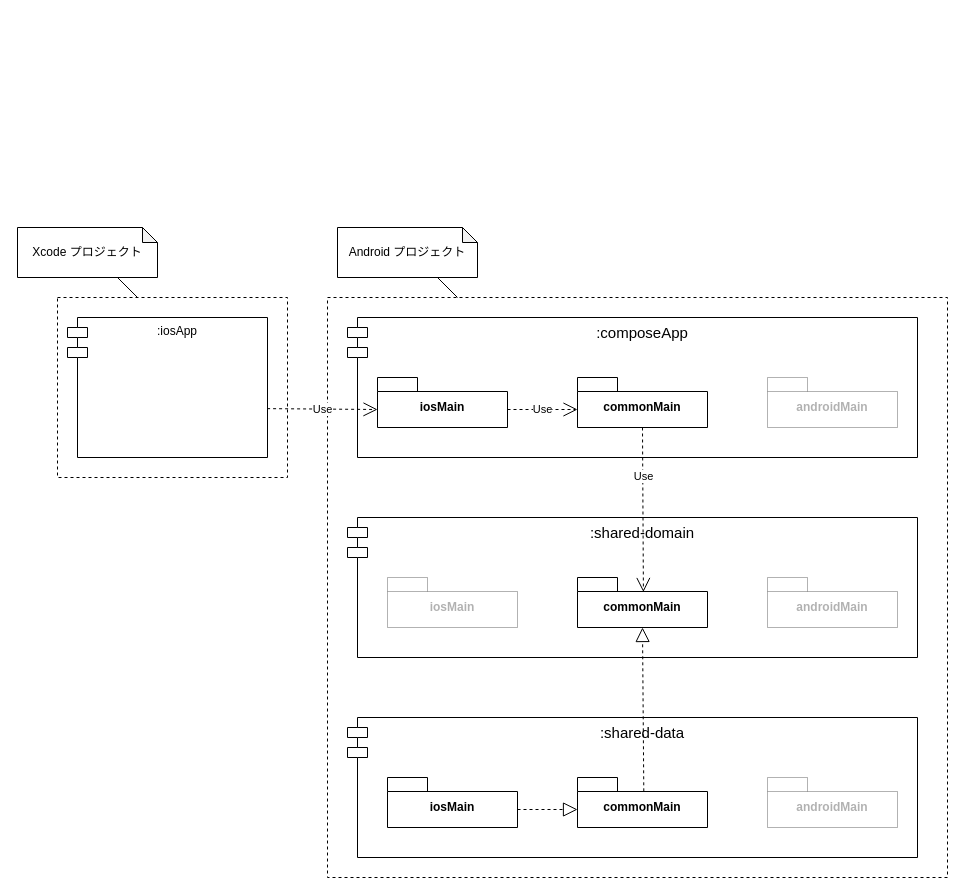
Earlier version of the draw.io diagram page "アプリ構造" (1 of 5) of docs/CMP_In_Native化案.drawio (seabat/hybrid-cmp-pdf-viewer). Source tidied: cells renumbered, new cells numbered last; positions are measured from the earlier drawing's top-left corner, leaving out a move shared by most shapes. Both pictures are drawn from the tidied source at 100%, with x=0, y=0 at pixel (17, 227).
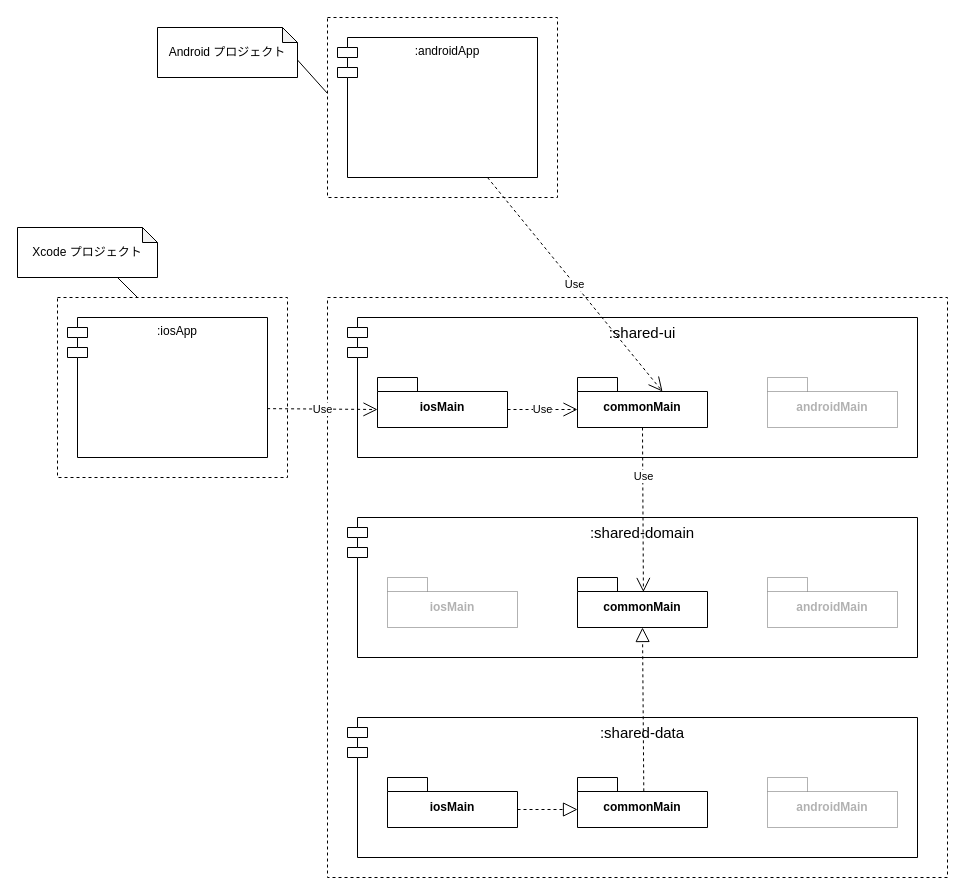
The same diagram, later.

Commit message (it also covers changes not shown here):
composeApp を shared-ui・androidApp に分割したアーキテクチャを README に反映させる

The change refers to these unchanged cells:
```xml
<mxCell id="9" value="commonMain" style="shape=folder;fontStyle=1;spacingTop=10;tabWidth=40;tabHeight=14;tabPosition=left;html=1;whiteSpace=wrap;" parent="1" vertex="1">
  <mxGeometry x="560" y="150" width="130" height="50" as="geometry" />
</mxCell>
```

Change to the diagram source:
```diff
@@
-    <mxCell id="4" value="&lt;font style=&quot;font-size: 15px;&quot;&gt;:composeApp&lt;/font&gt;" style="shape=module;align=left;spacingLeft=20;align=center;verticalAlign=top;whiteSpace=wrap;html=1;" parent="1" vertex="1">
+    <mxCell id="4" value="&lt;font style=&quot;font-size: 15px;&quot;&gt;:shared-ui&lt;/font&gt;" style="shape=module;align=left;spacingLeft=20;align=center;verticalAlign=top;whiteSpace=wrap;html=1;" parent="1" vertex="1">
       <mxGeometry x="330" y="90" width="570" height="140" as="geometry" />
     </mxCell>
@@
     <mxCell id="24" value="Android プロジェクト" style="shape=note;whiteSpace=wrap;html=1;backgroundOutline=1;darkOpacity=0.05;size=15;" parent="1" vertex="1">
-      <mxGeometry x="320" width="140" height="50" as="geometry" />
+      <mxGeometry x="140" y="-200" width="140" height="50" as="geometry" />
     </mxCell>
-    <mxCell id="25" style="endArrow=none;html=1;rounded=0;exitX=0.348;exitY=0;exitDx=0;exitDy=0;exitPerimeter=0;" parent="1" edge="1">
-      <mxGeometry relative="1" as="geometry">
-        <mxPoint x="440" y="70" as="sourcePoint" />
-        <mxPoint x="420" y="50" as="targetPoint" />
-      </mxGeometry>
+    <mxCell id="25" style="endArrow=none;html=1;rounded=0;exitX=0;exitY=0.422;exitDx=0;exitDy=0;exitPerimeter=0;entryX=0;entryY=0;entryDx=140;entryDy=32.5;entryPerimeter=0;" parent="1" edge="1" source="26" target="24">
+      <mxGeometry relative="1" as="geometry" />
     </mxCell>
+    <mxCell id="26" style="rounded=0;whiteSpace=wrap;html=1;dashed=1;" parent="1" vertex="1">
+      <mxGeometry x="310" y="-210" width="230" height="180" as="geometry" />
+    </mxCell>
+    <mxCell id="27" value=":androidApp" style="shape=module;align=left;spacingLeft=20;align=center;verticalAlign=top;whiteSpace=wrap;html=1;" parent="1" vertex="1">
+      <mxGeometry x="320" y="-190" width="200" height="140" as="geometry" />
+    </mxCell>
+    <mxCell id="28" value="Use" style="endArrow=open;endSize=12;dashed=1;html=1;rounded=0;entryX=0;entryY=0;entryDx=85;entryDy=14;entryPerimeter=0;exitX=0.75;exitY=1;exitDx=0;exitDy=0;" parent="1" edge="1" source="27" target="9">
+      <mxGeometry relative="1" as="geometry" />
+    </mxCell>
```
